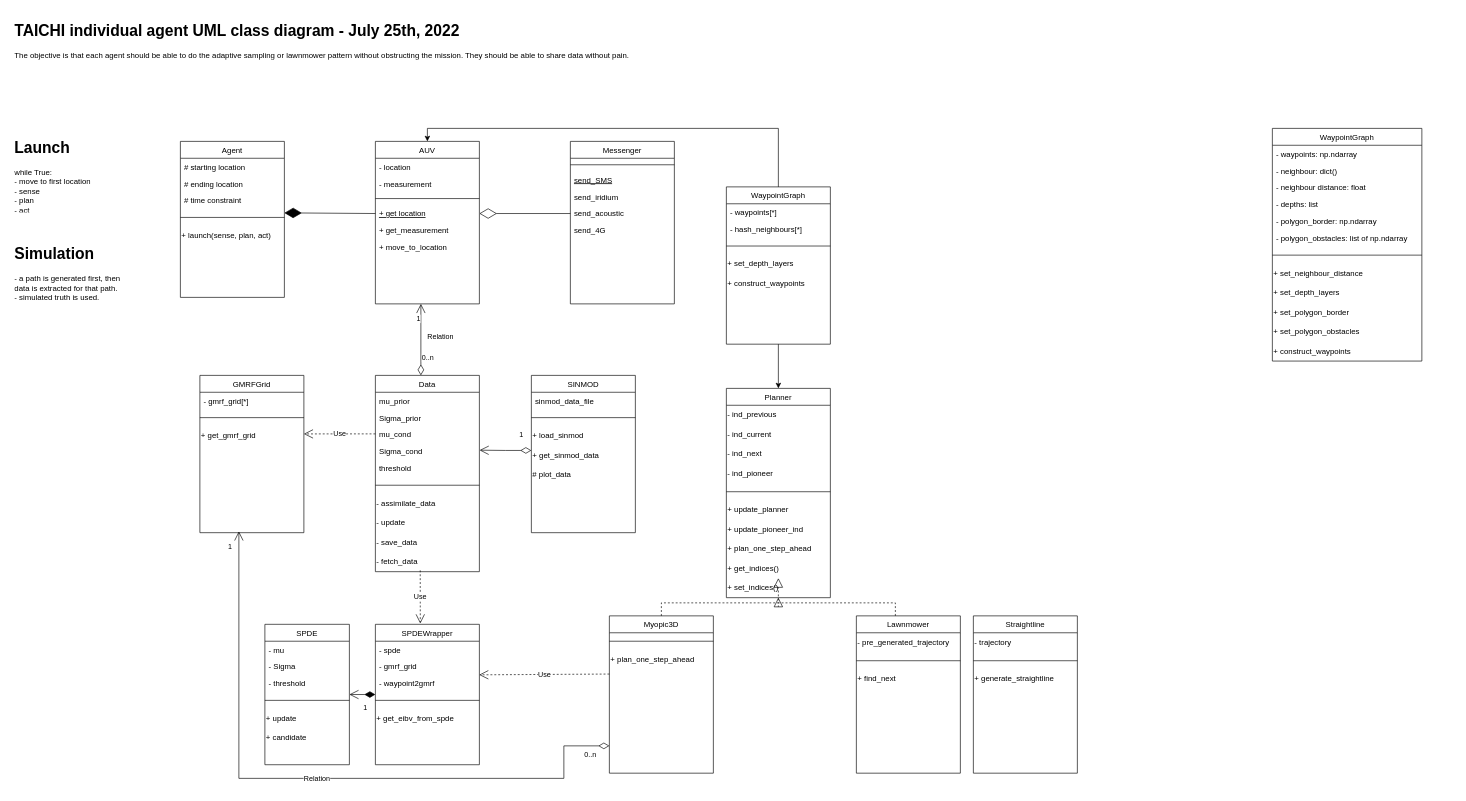
The draw.io diagram SystemDesign/TAICHI_UML_Class.drawio in MASCOT-NTNU/TAICHI, before the edit. Source tidied: cells renumbered, new cells numbered last; positions are measured from the earlier drawing's top-left corner, leaving out a move shared by most shapes. Both pictures are drawn from the tidied source at 65%, with x=0, y=0 at pixel (11, 18).
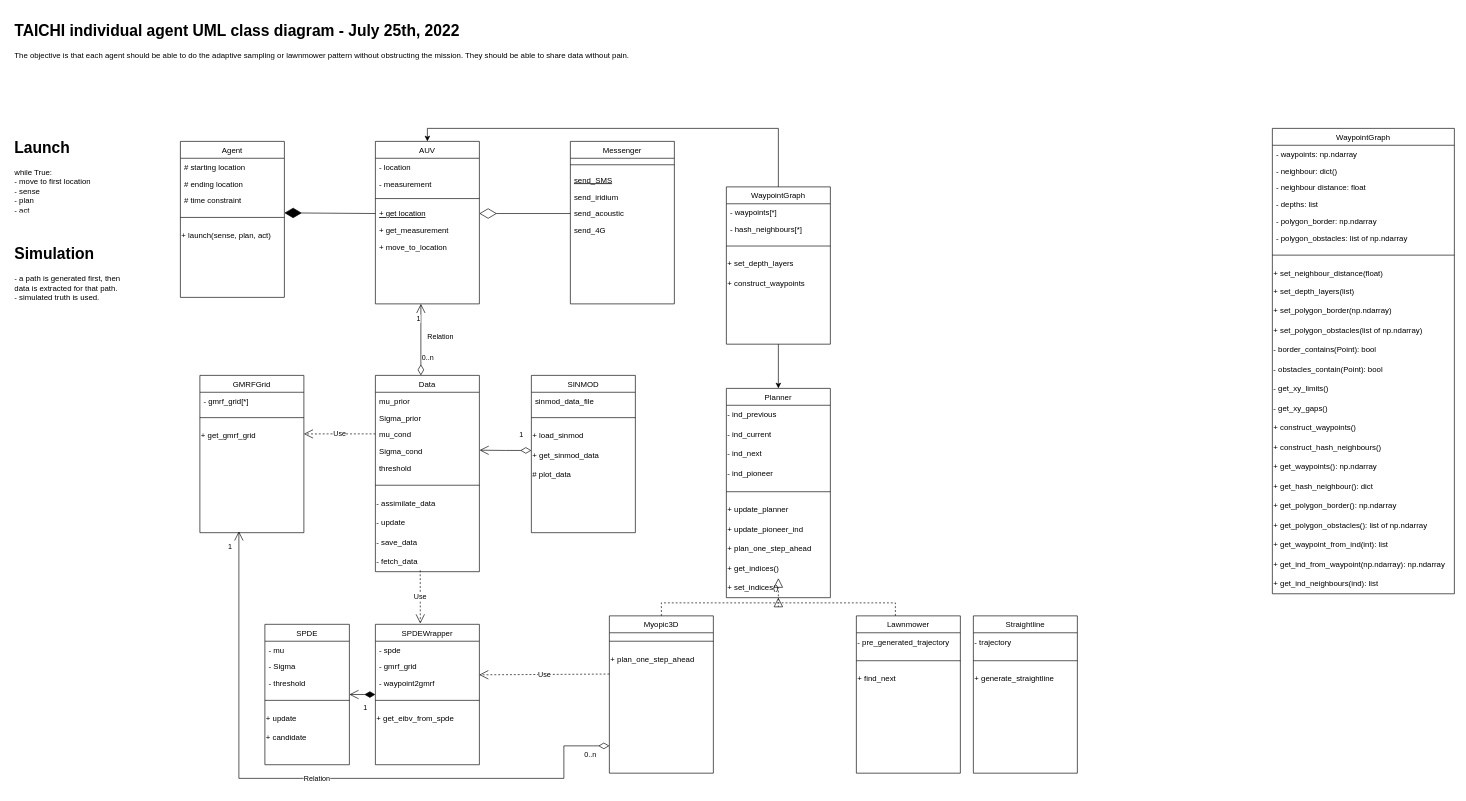
The same diagram, later.

The edit, as a diff of the source:
```diff
@@
     <mxCell id="103" value="WaypointGraph" style="swimlane;fontStyle=0;align=center;verticalAlign=top;horizontal=1;startSize=26;rounded=0;shadow=0;strokeWidth=1;" parent="1" vertex="1">
-      <mxGeometry x="1940" y="170" width="230" height="358" as="geometry" />
+      <mxGeometry x="1940" y="170" width="280" height="716" as="geometry" />
     </mxCell>
     <mxCell id="104" value="- waypoints: np.ndarray" style="text;align=left;verticalAlign=top;spacingLeft=4;spacingRight=4;overflow=hidden;rounded=0;shadow=0;html=0;" parent="103" vertex="1">
-      <mxGeometry y="26" width="230" height="26" as="geometry" />
+      <mxGeometry y="26" width="280" height="26" as="geometry" />
     </mxCell>
     <mxCell id="105" value="- neighbour: dict()" style="text;align=left;verticalAlign=top;spacingLeft=4;spacingRight=4;overflow=hidden;rounded=0;shadow=0;html=0;" parent="103" vertex="1">
-      <mxGeometry y="52" width="230" height="26" as="geometry" />
+      <mxGeometry y="52" width="280" height="26" as="geometry" />
     </mxCell>
     <mxCell id="106" value="- neighbour distance: float" style="text;align=left;verticalAlign=top;spacingLeft=4;spacingRight=4;overflow=hidden;rounded=0;shadow=0;html=0;" parent="103" vertex="1">
-      <mxGeometry y="78" width="230" height="26" as="geometry" />
+      <mxGeometry y="78" width="280" height="26" as="geometry" />
     </mxCell>
     <mxCell id="107" value="- depths: list" style="text;align=left;verticalAlign=top;spacingLeft=4;spacingRight=4;overflow=hidden;rounded=0;shadow=0;html=0;" parent="103" vertex="1">
-      <mxGeometry y="104" width="230" height="26" as="geometry" />
+      <mxGeometry y="104" width="280" height="26" as="geometry" />
     </mxCell>
     <mxCell id="108" value="- polygon_border: np.ndarray" style="text;align=left;verticalAlign=top;spacingLeft=4;spacingRight=4;overflow=hidden;rounded=0;shadow=0;html=0;" parent="103" vertex="1">
-      <mxGeometry y="130" width="230" height="26" as="geometry" />
+      <mxGeometry y="130" width="280" height="26" as="geometry" />
     </mxCell>
     <mxCell id="109" value="- polygon_obstacles: list of np.ndarray" style="text;align=left;verticalAlign=top;spacingLeft=4;spacingRight=4;overflow=hidden;rounded=0;shadow=0;html=0;" parent="103" vertex="1">
-      <mxGeometry y="156" width="230" height="26" as="geometry" />
+      <mxGeometry y="156" width="280" height="26" as="geometry" />
     </mxCell>
     <mxCell id="110" style="line;html=1;strokeWidth=1;align=left;verticalAlign=middle;spacingTop=-1;spacingLeft=3;spacingRight=3;labelPosition=right;" parent="103" vertex="1">
-      <mxGeometry y="182" width="230" height="26" as="geometry" />
+      <mxGeometry y="182" width="280" height="26" as="geometry" />
     </mxCell>
-    <mxCell id="111" value="+ set_neighbour_distance" style="text;html=1;strokeColor=none;fillColor=none;align=left;verticalAlign=middle;whiteSpace=wrap;rounded=0;" parent="103" vertex="1">
-      <mxGeometry y="208" width="230" height="30" as="geometry" />
+    <mxCell id="111" value="+ set_neighbour_distance(float)" style="text;html=1;strokeColor=none;fillColor=none;align=left;verticalAlign=middle;whiteSpace=wrap;rounded=0;" parent="103" vertex="1">
+      <mxGeometry y="208" width="280" height="30" as="geometry" />
     </mxCell>
-    <mxCell id="112" value="+ set_depth_layers" style="text;html=1;strokeColor=none;fillColor=none;align=left;verticalAlign=middle;whiteSpace=wrap;rounded=0;" parent="103" vertex="1">
-      <mxGeometry y="238" width="230" height="30" as="geometry" />
+    <mxCell id="112" value="+ set_depth_layers(list)" style="text;html=1;strokeColor=none;fillColor=none;align=left;verticalAlign=middle;whiteSpace=wrap;rounded=0;" parent="103" vertex="1">
+      <mxGeometry y="238" width="280" height="28" as="geometry" />
     </mxCell>
-    <mxCell id="113" value="+ set_polygon_border" style="text;html=1;strokeColor=none;fillColor=none;align=left;verticalAlign=middle;whiteSpace=wrap;rounded=0;" parent="103" vertex="1">
-      <mxGeometry y="268" width="230" height="30" as="geometry" />
+    <mxCell id="113" value="+ set_polygon_border(np.ndarray)" style="text;html=1;strokeColor=none;fillColor=none;align=left;verticalAlign=middle;whiteSpace=wrap;rounded=0;" parent="103" vertex="1">
+      <mxGeometry y="266" width="280" height="30" as="geometry" />
     </mxCell>
-    <mxCell id="114" value="+ set_polygon_obstacles" style="text;html=1;strokeColor=none;fillColor=none;align=left;verticalAlign=middle;whiteSpace=wrap;rounded=0;" parent="103" vertex="1">
-      <mxGeometry y="298" width="230" height="30" as="geometry" />
+    <mxCell id="114" value="+ set_polygon_obstacles(list of np.ndarray)" style="text;html=1;strokeColor=none;fillColor=none;align=left;verticalAlign=middle;whiteSpace=wrap;rounded=0;" parent="103" vertex="1">
+      <mxGeometry y="296" width="280" height="30" as="geometry" />
     </mxCell>
+    <mxCell id="116" value="- border_contains(Point): bool" style="text;html=1;strokeColor=none;fillColor=none;align=left;verticalAlign=middle;whiteSpace=wrap;rounded=0;" parent="103" vertex="1">
+      <mxGeometry y="326" width="280" height="30" as="geometry" />
+    </mxCell>
+    <mxCell id="117" value="- obstacles_contain(Point): bool" style="text;html=1;strokeColor=none;fillColor=none;align=left;verticalAlign=middle;whiteSpace=wrap;rounded=0;" parent="103" vertex="1">
+      <mxGeometry y="356" width="280" height="30" as="geometry" />
+    </mxCell>
+    <mxCell id="118" value="- get_xy_limits()" style="text;html=1;strokeColor=none;fillColor=none;align=left;verticalAlign=middle;whiteSpace=wrap;rounded=0;" parent="103" vertex="1">
+      <mxGeometry y="386" width="280" height="30" as="geometry" />
+    </mxCell>
+    <mxCell id="119" value="- get_xy_gaps()" style="text;html=1;strokeColor=none;fillColor=none;align=left;verticalAlign=middle;whiteSpace=wrap;rounded=0;" parent="103" vertex="1">
+      <mxGeometry y="416" width="280" height="30" as="geometry" />
+    </mxCell>
-    <mxCell id="115" value="+ construct_waypoints" style="text;html=1;strokeColor=none;fillColor=none;align=left;verticalAlign=middle;whiteSpace=wrap;rounded=0;" parent="103" vertex="1">
-      <mxGeometry y="328" width="230" height="30" as="geometry" />
+    <mxCell id="115" value="+ construct_waypoints()" style="text;html=1;strokeColor=none;fillColor=none;align=left;verticalAlign=middle;whiteSpace=wrap;rounded=0;" parent="103" vertex="1">
+      <mxGeometry y="446" width="280" height="30" as="geometry" />
     </mxCell>
+    <mxCell id="120" value="+ construct_hash_neighbours()" style="text;html=1;strokeColor=none;fillColor=none;align=left;verticalAlign=middle;whiteSpace=wrap;rounded=0;" parent="103" vertex="1">
+      <mxGeometry y="476" width="280" height="30" as="geometry" />
+    </mxCell>
+    <mxCell id="121" value="+ get_waypoints(): np.ndarray" style="text;html=1;strokeColor=none;fillColor=none;align=left;verticalAlign=middle;whiteSpace=wrap;rounded=0;" parent="103" vertex="1">
+      <mxGeometry y="506" width="280" height="30" as="geometry" />
+    </mxCell>
+    <mxCell id="122" value="+ get_hash_neighbour(): dict" style="text;html=1;strokeColor=none;fillColor=none;align=left;verticalAlign=middle;whiteSpace=wrap;rounded=0;" parent="103" vertex="1">
+      <mxGeometry y="536" width="280" height="30" as="geometry" />
+    </mxCell>
+    <mxCell id="123" value="+ get_polygon_border(): np.ndarray" style="text;html=1;strokeColor=none;fillColor=none;align=left;verticalAlign=middle;whiteSpace=wrap;rounded=0;" parent="103" vertex="1">
+      <mxGeometry y="566" width="280" height="30" as="geometry" />
+    </mxCell>
+    <mxCell id="124" value="+ get_polygon_obstacles(): list of np.ndarray" style="text;html=1;strokeColor=none;fillColor=none;align=left;verticalAlign=middle;whiteSpace=wrap;rounded=0;" parent="103" vertex="1">
+      <mxGeometry y="596" width="280" height="30" as="geometry" />
+    </mxCell>
+    <mxCell id="125" value="+ get_waypoint_from_ind(int): list" style="text;html=1;strokeColor=none;fillColor=none;align=left;verticalAlign=middle;whiteSpace=wrap;rounded=0;" parent="103" vertex="1">
+      <mxGeometry y="626" width="280" height="30" as="geometry" />
+    </mxCell>
+    <mxCell id="126" value="+ get_ind_from_waypoint(np.ndarray): np.ndarray" style="text;html=1;strokeColor=none;fillColor=none;align=left;verticalAlign=middle;whiteSpace=wrap;rounded=0;" parent="103" vertex="1">
+      <mxGeometry y="656" width="280" height="30" as="geometry" />
+    </mxCell>
+    <mxCell id="127" value="+ get_ind_neighbours(ind): list" style="text;html=1;strokeColor=none;fillColor=none;align=left;verticalAlign=middle;whiteSpace=wrap;rounded=0;" parent="103" vertex="1">
+      <mxGeometry y="686" width="280" height="30" as="geometry" />
+    </mxCell>
```
